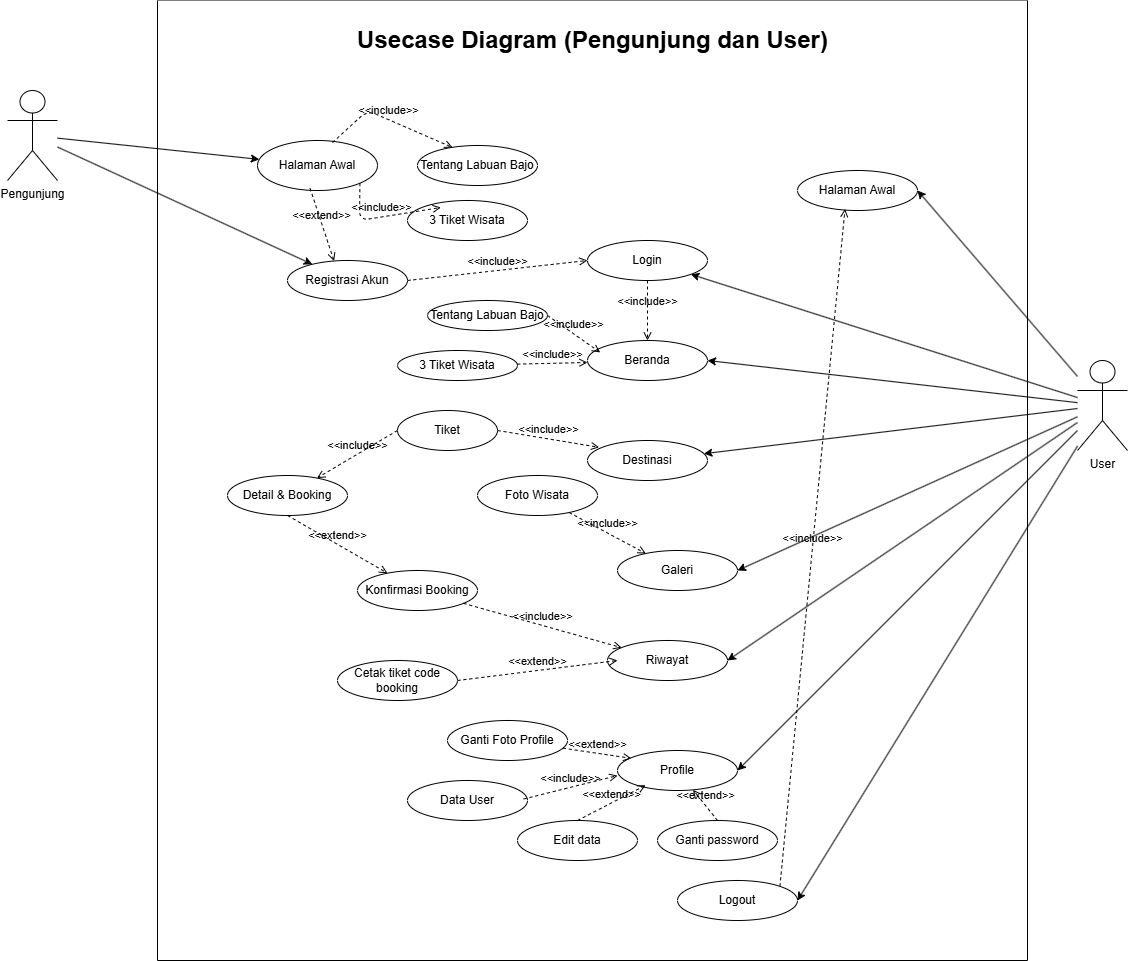
Earlier version of the draw.io export uml/usecase.drawio.png (azqyanrl/Tiket_wisata_labuanbajo). Source tidied: cells renumbered, new cells last; positions are measured from the earlier drawing's top-left corner, leaving out a move shared by most shapes. Its diagram source:
```xml
<mxGraphModel background="#FFFFFF">
  <root>
    <mxCell id="0" />
    <mxCell id="1" parent="0" />
    <mxCell id="2" style="swimlane;startSize=0;fillColor=default;swimlaneFillColor=default;" parent="1" vertex="1">
      <mxGeometry x="150" width="870" height="960" as="geometry" />
    </mxCell>
    <mxCell id="3" value="Halaman Awal" style="ellipse;whiteSpace=wrap;html=1;" parent="2" vertex="1">
      <mxGeometry x="100" y="140" width="120" height="50" as="geometry" />
    </mxCell>
    <mxCell id="4" value="Registrasi Akun" style="ellipse;whiteSpace=wrap;html=1;" parent="2" vertex="1">
      <mxGeometry x="130" y="260" width="120" height="40" as="geometry" />
    </mxCell>
    <mxCell id="5" value="Login" style="ellipse;whiteSpace=wrap;html=1;" parent="2" vertex="1">
      <mxGeometry x="430" y="240" width="120" height="40" as="geometry" />
    </mxCell>
    <mxCell id="6" value="Tentang Labuan Bajo" style="ellipse;whiteSpace=wrap;html=1;" parent="2" vertex="1">
      <mxGeometry x="260" y="145" width="120" height="40" as="geometry" />
    </mxCell>
    <mxCell id="7" value="3 Tiket Wisata" style="ellipse;whiteSpace=wrap;html=1;" parent="2" vertex="1">
      <mxGeometry x="250" y="200" width="120" height="40" as="geometry" />
    </mxCell>
    <mxCell id="8" value="&amp;lt;&amp;lt;include&amp;gt;&amp;gt;" style="html=1;verticalAlign=bottom;labelBackgroundColor=none;endArrow=open;endFill=0;dashed=1;exitX=0.625;exitY=0.04;exitDx=0;exitDy=0;exitPerimeter=0;entryX=0.292;entryY=0.05;entryDx=0;entryDy=0;entryPerimeter=0;" parent="2" edge="1" source="3" target="6">
      <mxGeometry relative="1" as="geometry">
        <Array as="points">
          <mxPoint x="210" y="110" />
        </Array>
      </mxGeometry>
    </mxCell>
    <mxCell id="9" value="&amp;lt;&amp;lt;include&amp;gt;&amp;gt;" style="html=1;verticalAlign=bottom;labelBackgroundColor=none;endArrow=open;endFill=0;dashed=1;exitX=1;exitY=1;exitDx=0;exitDy=0;entryX=0.278;entryY=0.175;entryDx=0;entryDy=0;entryPerimeter=0;" parent="2" edge="1" source="3" target="7">
      <mxGeometry relative="1" as="geometry">
        <Array as="points">
          <mxPoint x="202" y="220" />
        </Array>
      </mxGeometry>
    </mxCell>
    <mxCell id="10" value="&amp;lt;&amp;lt;include&amp;gt;&amp;gt;" style="html=1;verticalAlign=bottom;labelBackgroundColor=none;endArrow=open;endFill=0;dashed=1;exitX=1;exitY=0.5;exitDx=0;exitDy=0;entryX=0;entryY=0.5;entryDx=0;entryDy=0;" parent="2" edge="1" source="4" target="5">
      <mxGeometry relative="1" as="geometry" />
    </mxCell>
    <mxCell id="11" value="&amp;lt;&amp;lt;extend&amp;gt;&amp;gt;" style="html=1;verticalAlign=bottom;labelBackgroundColor=none;endArrow=open;endFill=0;dashed=1;exitX=0.438;exitY=0.956;exitDx=0;exitDy=0;exitPerimeter=0;entryX=0.388;entryY=0.015;entryDx=0;entryDy=0;entryPerimeter=0;" parent="2" edge="1" source="3" target="4">
      <mxGeometry relative="1" as="geometry" />
    </mxCell>
    <mxCell id="12" value="Beranda" style="ellipse;whiteSpace=wrap;html=1;" parent="2" vertex="1">
      <mxGeometry x="430" y="340" width="120" height="40" as="geometry" />
    </mxCell>
    <mxCell id="13" value="Halaman Awal" style="ellipse;whiteSpace=wrap;html=1;" parent="2" vertex="1">
      <mxGeometry x="640" y="170" width="120" height="40" as="geometry" />
    </mxCell>
    <mxCell id="14" value="Destinasi" style="ellipse;whiteSpace=wrap;html=1;" parent="2" vertex="1">
      <mxGeometry x="430" y="440" width="120" height="40" as="geometry" />
    </mxCell>
    <mxCell id="15" value="Galeri" style="ellipse;whiteSpace=wrap;html=1;" parent="2" vertex="1">
      <mxGeometry x="460" y="550" width="120" height="40" as="geometry" />
    </mxCell>
    <mxCell id="16" value="Riwayat" style="ellipse;whiteSpace=wrap;html=1;" parent="2" vertex="1">
      <mxGeometry x="450" y="640" width="120" height="40" as="geometry" />
    </mxCell>
    <mxCell id="17" value="Profile" style="ellipse;whiteSpace=wrap;html=1;" parent="2" vertex="1">
      <mxGeometry x="460" y="750" width="120" height="40" as="geometry" />
    </mxCell>
    <mxCell id="18" value="Detail &amp;amp; Booking" style="ellipse;whiteSpace=wrap;html=1;" parent="2" vertex="1">
      <mxGeometry x="70" y="475" width="120" height="40" as="geometry" />
    </mxCell>
    <mxCell id="19" value="Ganti password" style="ellipse;whiteSpace=wrap;html=1;" parent="2" vertex="1">
      <mxGeometry x="500" y="820" width="120" height="40" as="geometry" />
    </mxCell>
    <mxCell id="20" value="Data User" style="ellipse;whiteSpace=wrap;html=1;" parent="2" vertex="1">
      <mxGeometry x="250" y="780" width="120" height="40" as="geometry" />
    </mxCell>
    <mxCell id="21" value="Cetak tiket code booking" style="ellipse;whiteSpace=wrap;html=1;" parent="2" vertex="1">
      <mxGeometry x="180" y="660" width="120" height="40" as="geometry" />
    </mxCell>
    <mxCell id="22" value="Edit data" style="ellipse;whiteSpace=wrap;html=1;" parent="2" vertex="1">
      <mxGeometry x="360" y="820" width="120" height="40" as="geometry" />
    </mxCell>
    <mxCell id="23" value="Ganti Foto Profile" style="ellipse;whiteSpace=wrap;html=1;" parent="2" vertex="1">
      <mxGeometry x="290" y="720" width="120" height="40" as="geometry" />
    </mxCell>
    <mxCell id="24" value="Logout" style="ellipse;whiteSpace=wrap;html=1;" parent="2" vertex="1">
      <mxGeometry x="520" y="880" width="120" height="40" as="geometry" />
    </mxCell>
    <mxCell id="25" value="&amp;lt;&amp;lt;extend&amp;gt;&amp;gt;" style="html=1;verticalAlign=bottom;labelBackgroundColor=none;endArrow=open;endFill=0;dashed=1;exitX=0.5;exitY=0;exitDx=0;exitDy=0;" parent="2" edge="1" source="19" target="17">
      <mxGeometry relative="1" as="geometry" />
    </mxCell>
    <mxCell id="26" value="&amp;lt;&amp;lt;extend&amp;gt;&amp;gt;" style="html=1;verticalAlign=bottom;labelBackgroundColor=none;endArrow=open;endFill=0;dashed=1;entryX=0.235;entryY=0.868;entryDx=0;entryDy=0;entryPerimeter=0;exitX=0.5;exitY=0;exitDx=0;exitDy=0;" parent="2" edge="1" source="22" target="17">
      <mxGeometry relative="1" as="geometry" />
    </mxCell>
    <mxCell id="27" value="&amp;lt;&amp;lt;extend&amp;gt;&amp;gt;" style="html=1;verticalAlign=bottom;labelBackgroundColor=none;endArrow=open;endFill=0;dashed=1;entryX=0.115;entryY=0.196;entryDx=0;entryDy=0;entryPerimeter=0;" parent="2" edge="1" source="23" target="17">
      <mxGeometry relative="1" as="geometry" />
    </mxCell>
    <mxCell id="28" value="&amp;lt;&amp;lt;include&amp;gt;&amp;gt;" style="html=1;verticalAlign=bottom;labelBackgroundColor=none;endArrow=open;endFill=0;dashed=1;entryX=0;entryY=0.627;entryDx=0;entryDy=0;entryPerimeter=0;exitX=0.968;exitY=0.463;exitDx=0;exitDy=0;exitPerimeter=0;" parent="2" edge="1" source="20" target="17">
      <mxGeometry relative="1" as="geometry" />
    </mxCell>
    <mxCell id="29" value="&amp;lt;&amp;lt;include&amp;gt;&amp;gt;" style="html=1;verticalAlign=bottom;labelBackgroundColor=none;endArrow=open;endFill=0;dashed=1;exitX=1;exitY=0;exitDx=0;exitDy=0;entryX=0.396;entryY=0.961;entryDx=0;entryDy=0;entryPerimeter=0;" parent="2" edge="1" source="24" target="13">
      <mxGeometry relative="1" as="geometry" />
    </mxCell>
    <mxCell id="30" value="&amp;lt;&amp;lt;include&amp;gt;&amp;gt;" style="html=1;verticalAlign=bottom;labelBackgroundColor=none;endArrow=open;endFill=0;dashed=1;exitX=0.5;exitY=1;exitDx=0;exitDy=0;" parent="2" edge="1" source="5" target="12">
      <mxGeometry relative="1" as="geometry" />
    </mxCell>
    <mxCell id="31" value="Tiket" style="ellipse;whiteSpace=wrap;html=1;" parent="2" vertex="1">
      <mxGeometry x="240" y="410" width="100" height="40" as="geometry" />
    </mxCell>
    <mxCell id="32" value="&amp;lt;&amp;lt;include&amp;gt;&amp;gt;" style="html=1;verticalAlign=bottom;labelBackgroundColor=none;endArrow=open;endFill=0;dashed=1;exitX=1;exitY=0.5;exitDx=0;exitDy=0;entryX=0.097;entryY=0.171;entryDx=0;entryDy=0;entryPerimeter=0;" parent="2" edge="1" source="31" target="14">
      <mxGeometry relative="1" as="geometry" />
    </mxCell>
    <mxCell id="33" value="&amp;lt;&amp;lt;include&amp;gt;&amp;gt;" style="html=1;verticalAlign=bottom;labelBackgroundColor=none;endArrow=open;endFill=0;dashed=1;exitX=0;exitY=0.5;exitDx=0;exitDy=0;" parent="2" edge="1" source="31" target="18">
      <mxGeometry relative="1" as="geometry" />
    </mxCell>
    <mxCell id="34" value="Konfirmasi Booking" style="ellipse;whiteSpace=wrap;html=1;" parent="2" vertex="1">
      <mxGeometry x="200" y="570" width="120" height="40" as="geometry" />
    </mxCell>
    <mxCell id="35" value="&amp;lt;&amp;lt;extend&amp;gt;&amp;gt;" style="html=1;verticalAlign=bottom;labelBackgroundColor=none;endArrow=open;endFill=0;dashed=1;exitX=0.5;exitY=1;exitDx=0;exitDy=0;" parent="2" edge="1" source="18" target="34">
      <mxGeometry relative="1" as="geometry" />
    </mxCell>
    <mxCell id="36" value="&amp;lt;&amp;lt;include&amp;gt;&amp;gt;" style="html=1;verticalAlign=bottom;labelBackgroundColor=none;endArrow=open;endFill=0;dashed=1;" parent="2" edge="1" source="34" target="16">
      <mxGeometry relative="1" as="geometry" />
    </mxCell>
    <mxCell id="37" value="&amp;lt;&amp;lt;extend&amp;gt;&amp;gt;" style="html=1;verticalAlign=bottom;labelBackgroundColor=none;endArrow=open;endFill=0;dashed=1;exitX=1;exitY=0.5;exitDx=0;exitDy=0;" parent="2" edge="1" source="21">
      <mxGeometry relative="1" as="geometry">
        <mxPoint x="460" y="660" as="targetPoint" />
      </mxGeometry>
    </mxCell>
    <mxCell id="38" value="Foto Wisata" style="ellipse;whiteSpace=wrap;html=1;" parent="2" vertex="1">
      <mxGeometry x="320" y="475" width="120" height="40" as="geometry" />
    </mxCell>
    <mxCell id="39" value="&amp;lt;&amp;lt;include&amp;gt;&amp;gt;" style="html=1;verticalAlign=bottom;labelBackgroundColor=none;endArrow=open;endFill=0;dashed=1;" parent="2" edge="1" source="38" target="15">
      <mxGeometry relative="1" as="geometry" />
    </mxCell>
    <mxCell id="40" value="Tentang Labuan Bajo" style="ellipse;whiteSpace=wrap;html=1;" parent="2" vertex="1">
      <mxGeometry x="270" y="300" width="120" height="30" as="geometry" />
    </mxCell>
    <mxCell id="41" value="3 Tiket Wisata" style="ellipse;whiteSpace=wrap;html=1;" parent="2" vertex="1">
      <mxGeometry x="240" y="350" width="120" height="30" as="geometry" />
    </mxCell>
    <mxCell id="42" value="&amp;lt;&amp;lt;include&amp;gt;&amp;gt;" style="html=1;verticalAlign=bottom;labelBackgroundColor=none;endArrow=open;endFill=0;dashed=1;exitX=1;exitY=0.5;exitDx=0;exitDy=0;entryX=0.106;entryY=0.299;entryDx=0;entryDy=0;entryPerimeter=0;" parent="2" edge="1" source="40" target="12">
      <mxGeometry relative="1" as="geometry" />
    </mxCell>
    <mxCell id="43" value="&amp;lt;&amp;lt;include&amp;gt;&amp;gt;" style="html=1;verticalAlign=bottom;labelBackgroundColor=none;endArrow=open;endFill=0;dashed=1;" parent="2" edge="1" source="41">
      <mxGeometry relative="1" as="geometry">
        <mxPoint x="430" y="362" as="targetPoint" />
      </mxGeometry>
    </mxCell>
    <mxCell id="44" value="Usecase Diagram (Pengunjung dan User)" style="text;strokeColor=none;fillColor=none;html=1;fontSize=24;fontStyle=1;verticalAlign=middle;align=center;" parent="2" vertex="1">
      <mxGeometry y="20" width="870" height="40" as="geometry" />
    </mxCell>
    <mxCell id="45" style="edgeStyle=none;html=1;" parent="1" edge="1" source="47" target="3">
      <mxGeometry relative="1" as="geometry" />
    </mxCell>
    <mxCell id="46" style="edgeStyle=none;html=1;" parent="1" edge="1" source="47" target="4">
      <mxGeometry relative="1" as="geometry" />
    </mxCell>
    <mxCell id="47" value="Pengunjung" style="shape=umlActor;verticalLabelPosition=bottom;verticalAlign=top;html=1;outlineConnect=0;" parent="1" vertex="1">
      <mxGeometry y="90" width="50" height="90" as="geometry" />
    </mxCell>
    <mxCell id="48" style="edgeStyle=none;html=1;" parent="1" edge="1" source="56" target="5">
      <mxGeometry relative="1" as="geometry" />
    </mxCell>
    <mxCell id="49" style="edgeStyle=none;html=1;entryX=1;entryY=0.5;entryDx=0;entryDy=0;" parent="1" edge="1" source="56" target="12">
      <mxGeometry relative="1" as="geometry" />
    </mxCell>
    <mxCell id="50" style="edgeStyle=none;html=1;" parent="1" edge="1" source="56" target="14">
      <mxGeometry relative="1" as="geometry" />
    </mxCell>
    <mxCell id="51" style="edgeStyle=none;html=1;entryX=1;entryY=0.5;entryDx=0;entryDy=0;" parent="1" edge="1" source="56" target="15">
      <mxGeometry relative="1" as="geometry" />
    </mxCell>
    <mxCell id="52" style="edgeStyle=none;html=1;entryX=1;entryY=0.5;entryDx=0;entryDy=0;" parent="1" edge="1" source="56" target="16">
      <mxGeometry relative="1" as="geometry" />
    </mxCell>
    <mxCell id="53" style="edgeStyle=none;html=1;entryX=1;entryY=0.5;entryDx=0;entryDy=0;" parent="1" edge="1" source="56" target="17">
      <mxGeometry relative="1" as="geometry" />
    </mxCell>
    <mxCell id="54" style="edgeStyle=none;html=1;entryX=1;entryY=0.5;entryDx=0;entryDy=0;" parent="1" edge="1" source="56" target="24">
      <mxGeometry relative="1" as="geometry" />
    </mxCell>
    <mxCell id="55" style="edgeStyle=none;html=1;entryX=1;entryY=0.5;entryDx=0;entryDy=0;" parent="1" edge="1" source="56" target="13">
      <mxGeometry relative="1" as="geometry" />
    </mxCell>
    <mxCell id="56" value="User" style="shape=umlActor;verticalLabelPosition=bottom;verticalAlign=top;html=1;outlineConnect=0;" parent="1" vertex="1">
      <mxGeometry x="1070" y="360" width="50" height="90" as="geometry" />
    </mxCell>
  </root>
</mxGraphModel>
```
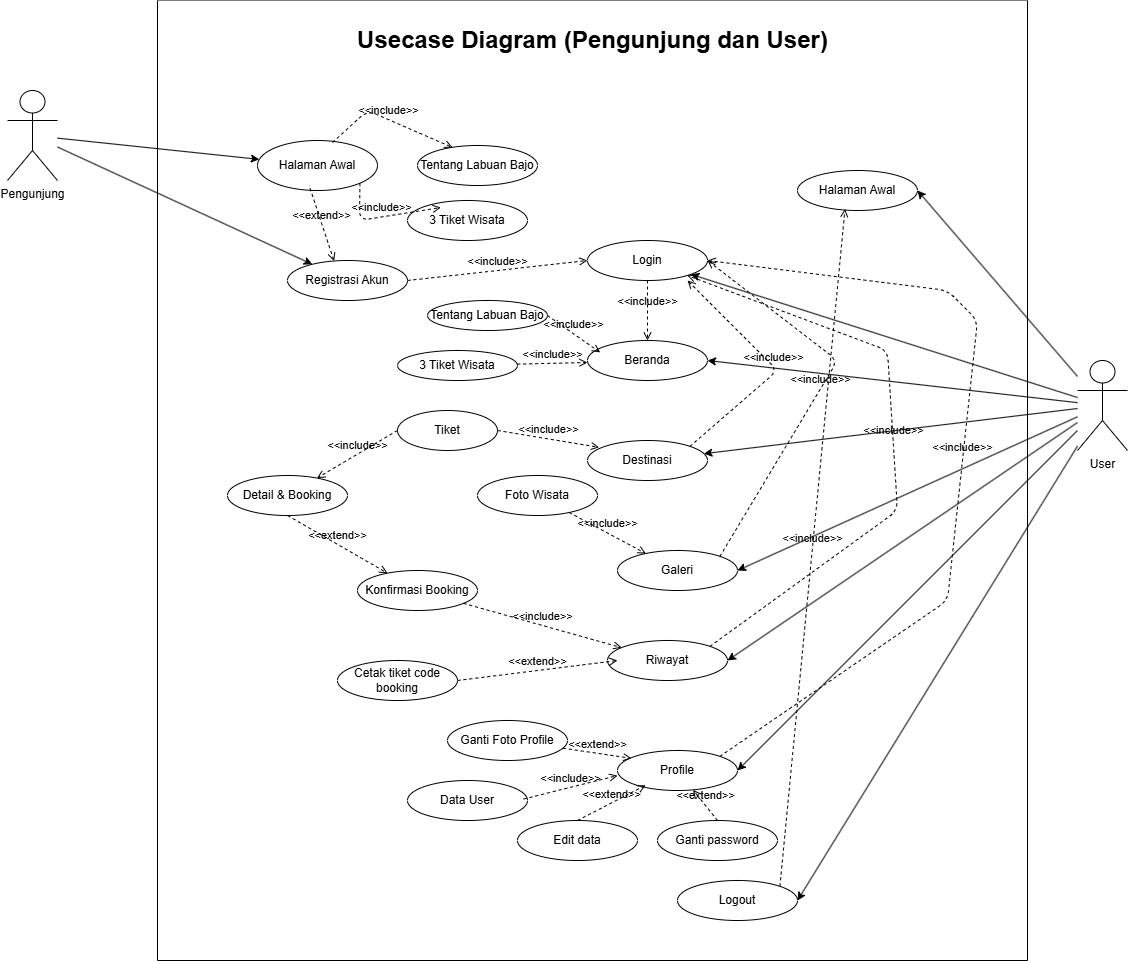
The same diagram one commit later.

The edit, as a diff of the source:
```diff
@@ -143,6 +143,38 @@
     <mxCell id="44" value="Usecase Diagram (Pengunjung dan User)" style="text;strokeColor=none;fillColor=none;html=1;fontSize=24;fontStyle=1;verticalAlign=middle;align=center;" parent="2" vertex="1">
       <mxGeometry y="20" width="870" height="40" as="geometry" />
     </mxCell>
+    <mxCell id="57" value="&amp;lt;&amp;lt;include&amp;gt;&amp;gt;" style="html=1;verticalAlign=bottom;labelBackgroundColor=none;endArrow=open;endFill=0;dashed=1;exitX=1;exitY=0;exitDx=0;exitDy=0;" parent="2" edge="1" source="14">
+      <mxGeometry relative="1" as="geometry">
+        <mxPoint x="530" y="280" as="targetPoint" />
+        <Array as="points">
+          <mxPoint x="620" y="370" />
+        </Array>
+      </mxGeometry>
+    </mxCell>
+    <mxCell id="58" value="&amp;lt;&amp;lt;include&amp;gt;&amp;gt;" style="html=1;verticalAlign=bottom;labelBackgroundColor=none;endArrow=open;endFill=0;dashed=1;entryX=1;entryY=0.5;entryDx=0;entryDy=0;exitX=1;exitY=0;exitDx=0;exitDy=0;" parent="2" edge="1" source="15" target="5">
+      <mxGeometry relative="1" as="geometry">
+        <Array as="points">
+          <mxPoint x="680" y="360" />
+        </Array>
+      </mxGeometry>
+    </mxCell>
+    <mxCell id="59" value="&amp;lt;&amp;lt;include&amp;gt;&amp;gt;" style="html=1;verticalAlign=bottom;labelBackgroundColor=none;endArrow=open;endFill=0;dashed=1;exitX=1;exitY=0;exitDx=0;exitDy=0;" parent="2" edge="1" source="16" target="5">
+      <mxGeometry relative="1" as="geometry">
+        <Array as="points">
+          <mxPoint x="740" y="510" />
+          <mxPoint x="730" y="350" />
+        </Array>
+      </mxGeometry>
+    </mxCell>
+    <mxCell id="60" value="&amp;lt;&amp;lt;include&amp;gt;&amp;gt;" style="html=1;verticalAlign=bottom;labelBackgroundColor=none;endArrow=open;endFill=0;dashed=1;entryX=1;entryY=0.5;entryDx=0;entryDy=0;exitX=1;exitY=0;exitDx=0;exitDy=0;" parent="2" edge="1" source="17" target="5">
+      <mxGeometry relative="1" as="geometry">
+        <Array as="points">
+          <mxPoint x="790" y="600" />
+          <mxPoint x="820" y="320" />
+          <mxPoint x="790" y="290" />
+        </Array>
+      </mxGeometry>
+    </mxCell>
     <mxCell id="45" style="edgeStyle=none;html=1;" parent="1" edge="1" source="47" target="3">
       <mxGeometry relative="1" as="geometry" />
     </mxCell>
```
